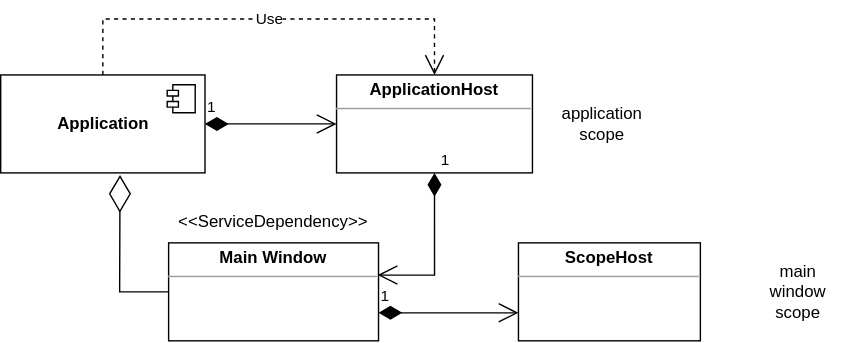
Earlier version of the draw.io export WPFUtilities/Doc/dependency-injection.svg (franck-gaspoz/WPFUtilities). Source tidied: cells renumbered, new cells last; positions are measured from the earlier drawing's top-left corner, leaving out a move shared by most shapes.
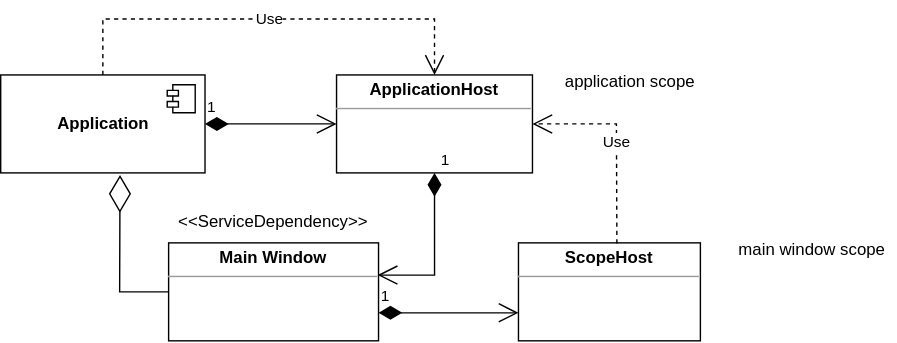
Later version of the same file.

What changed in the source:
```diff
@@ -41,7 +41,7 @@
       <mxGeometry x="110" y="130" width="170" height="30" as="geometry" />
     </mxCell>
     <mxCell id="11" value="application scope" style="text;html=1;strokeColor=none;fillColor=none;align=center;verticalAlign=middle;whiteSpace=wrap;rounded=0;" parent="1" vertex="1">
-      <mxGeometry x="400" y="60" width="60" height="30" as="geometry" />
+      <mxGeometry x="380" y="30" width="140" height="30" as="geometry" />
     </mxCell>
     <mxCell id="12" value="&lt;p style=&quot;margin: 0px ; margin-top: 4px ; text-align: center&quot;&gt;&lt;b&gt;ScopeHost&lt;/b&gt;&lt;/p&gt;&lt;hr size=&quot;1&quot;&gt;&lt;div style=&quot;height: 2px&quot;&gt;&lt;/div&gt;" style="verticalAlign=top;align=left;overflow=fill;fontSize=12;fontFamily=Helvetica;html=1;" parent="1" vertex="1">
       <mxGeometry x="370" y="160" width="130" height="70" as="geometry" />
@@ -53,7 +53,15 @@
       </mxGeometry>
     </mxCell>
     <mxCell id="14" value="main window scope" style="text;html=1;strokeColor=none;fillColor=none;align=center;verticalAlign=middle;whiteSpace=wrap;rounded=0;" parent="1" vertex="1">
-      <mxGeometry x="540" y="180" width="60" height="30" as="geometry" />
+      <mxGeometry x="520" y="160" width="120" height="10" as="geometry" />
     </mxCell>
+    <mxCell id="15" value="Use" style="endArrow=open;endSize=12;dashed=1;html=1;rounded=0;exitX=0.541;exitY=0.006;exitDx=0;exitDy=0;exitPerimeter=0;" parent="1" edge="1" source="12">
+      <mxGeometry relative="1" as="geometry">
+        <mxPoint x="380" y="75" as="targetPoint" />
+        <Array as="points">
+          <mxPoint x="440" y="75" />
+        </Array>
+      </mxGeometry>
+    </mxCell>
   </root>
 </mxGraphModel>
```
